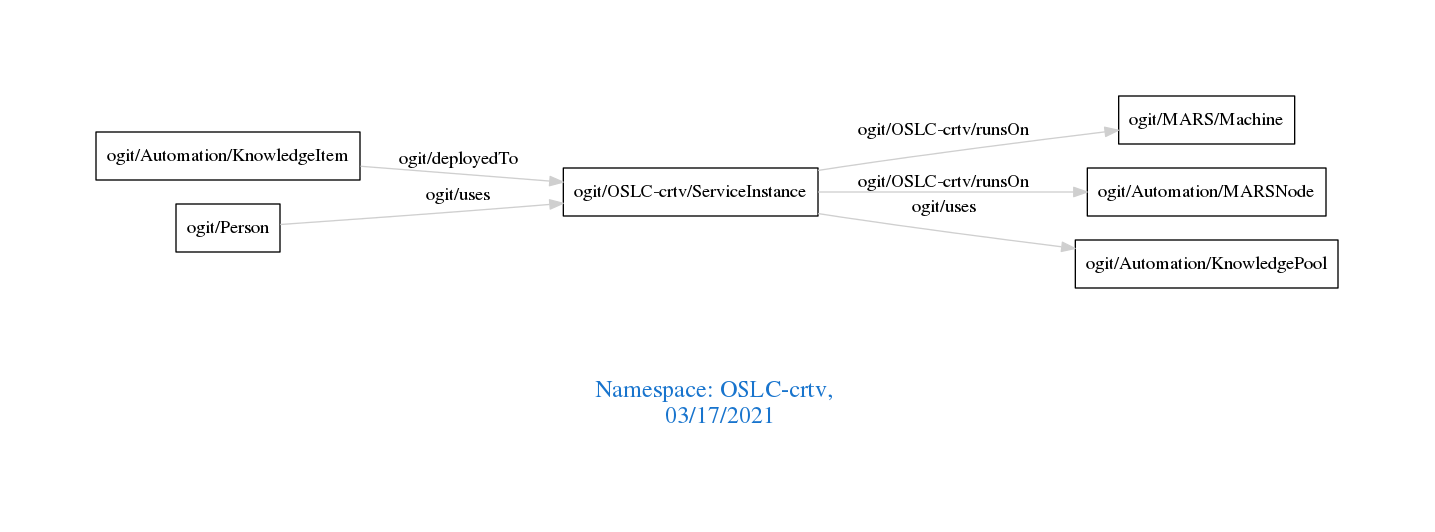
arago/OGIT keeps this Graphviz diagram as downloads/OSLC-crtv.png. Above is the earlier version. Its source is kept beside it as downloads/OSLC-crtv.dot.
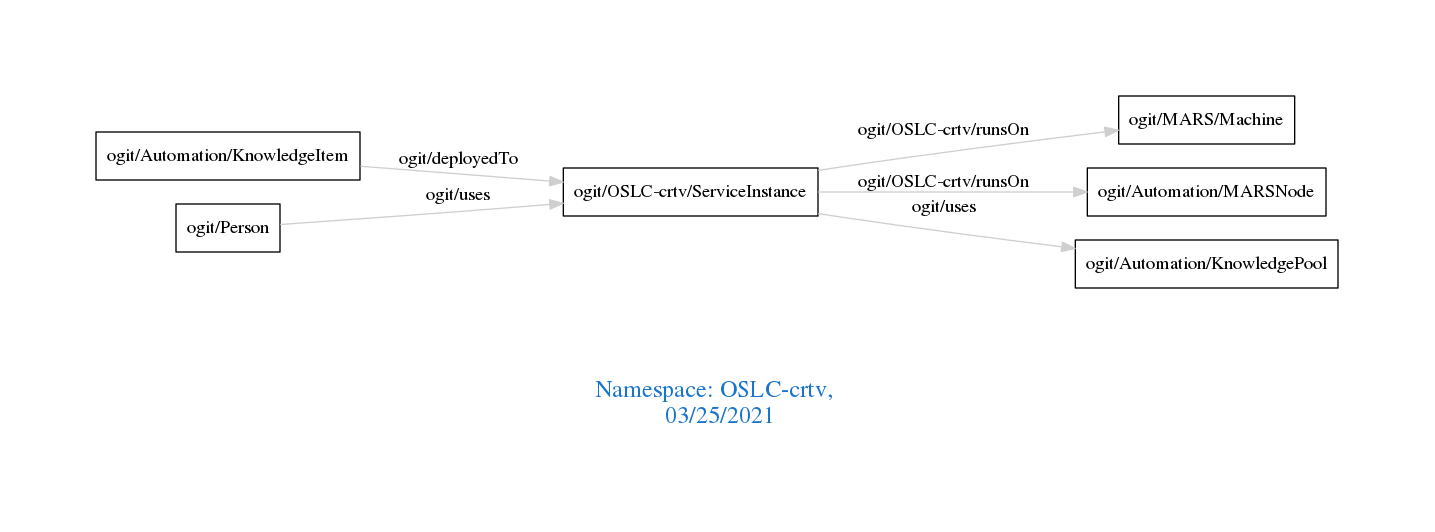
After the change.

Change to the diagram source:
```diff
@@ -1,7 +1,7 @@
 digraph OGIT_ontology {
  graph [ rankdir= LR,pad=1
 fontsize = 18,
-fontcolor= dodgerblue3,label = "\n\n\nNamespace: OSLC-crtv, \n 03/17/2021"];
+fontcolor= dodgerblue3,label = "\n\n\nNamespace: OSLC-crtv, \n 03/25/2021"];
 node[shape=polygon];
 edge [  color="gray81"];
 
```
